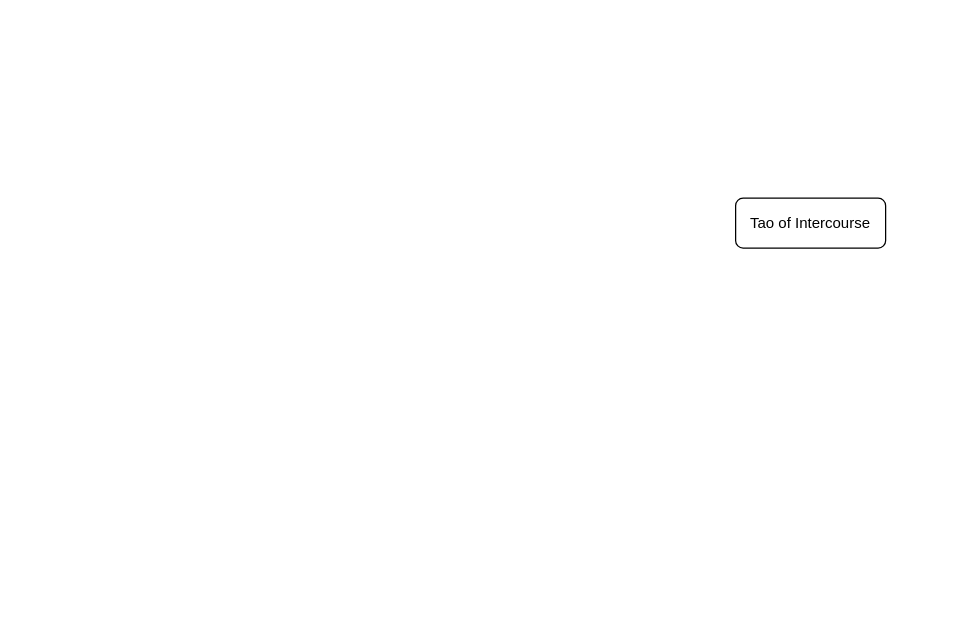
This is art_of_the_bedchamber-the_sui_tang_classics_reconstructed.drawio from msizi-mlaba/msizi-mlaba, a draw.io file, before an edit. Source tidied: cells renumbered, new cells numbered last; positions are measured from the earlier drawing's top-left corner, leaving out a move shared by most shapes. Both pictures are drawn from the tidied source at 125%, with x=0, y=0 at pixel (735, 198).
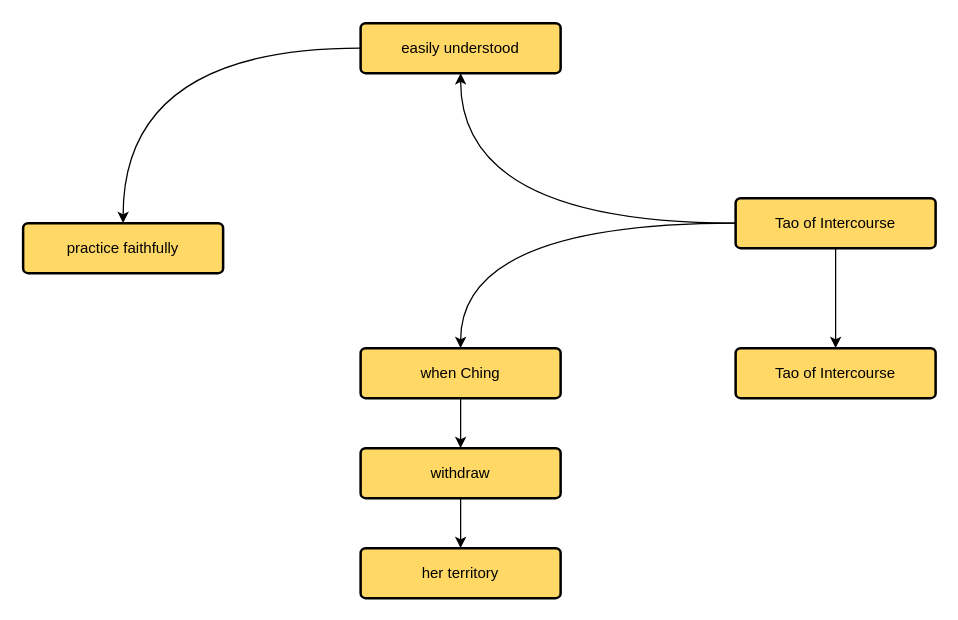
Above is the later version.

The edit, as a diff of the source:
```diff
@@
 <mxGraphModel>
   <root>
     <mxCell id="0" />
     <mxCell id="1" parent="0" />
+    <mxCell id="3" style="edgeStyle=orthogonalEdgeStyle;rounded=0;jettySize=auto;html=1;curved=1;" parent="1" edge="1" source="2" target="7">
+      <mxGeometry relative="1" as="geometry" />
+    </mxCell>
+    <mxCell id="4" style="edgeStyle=orthogonalEdgeStyle;rounded=0;jettySize=auto;html=1;curved=1;" parent="1" edge="1" source="2" target="10">
+      <mxGeometry relative="1" as="geometry" />
+    </mxCell>
+    <mxCell id="5" style="edgeStyle=orthogonalEdgeStyle;rounded=0;jettySize=auto;html=1;curved=1;" parent="1" edge="1" source="2" target="14">
+      <mxGeometry relative="1" as="geometry" />
+    </mxCell>
-    <mxCell id="2" value="Tao of Intercourse" style="rounded=1;whiteSpace=wrap;html=1;" parent="1" vertex="1">
-      <mxGeometry width="120" height="40" as="geometry" />
+    <mxCell id="2" value="Tao of Intercourse" style="rounded=1;whiteSpace=wrap;html=1;arcSize=10;fillColor=#FFD866;strokeColor=light-dark(#000000, #6d5100);strokeWidth=2;" parent="1" vertex="1">
+      <mxGeometry width="160" height="40" as="geometry" />
     </mxCell>
+    <mxCell id="6" style="edgeStyle=orthogonalEdgeStyle;rounded=0;jettySize=auto;html=1;curved=1;" parent="1" edge="1" source="7" target="8">
+      <mxGeometry relative="1" as="geometry" />
+    </mxCell>
+    <mxCell id="7" value="easily understood" style="rounded=1;whiteSpace=wrap;html=1;arcSize=10;fillColor=#FFD866;strokeColor=light-dark(#000000, #6d5100);strokeWidth=2;" parent="1" vertex="1">
+      <mxGeometry x="-300" y="-140" width="160" height="40" as="geometry" />
+    </mxCell>
+    <mxCell id="8" value="practice faithfully" style="rounded=1;whiteSpace=wrap;html=1;arcSize=10;fillColor=#FFD866;strokeColor=light-dark(#000000, #6d5100);strokeWidth=2;" parent="1" vertex="1">
+      <mxGeometry x="-570" y="20" width="160" height="40" as="geometry" />
+    </mxCell>
+    <mxCell id="9" style="edgeStyle=orthogonalEdgeStyle;rounded=0;jettySize=auto;html=1;curved=1;" parent="1" edge="1" source="10" target="12">
+      <mxGeometry relative="1" as="geometry" />
+    </mxCell>
+    <mxCell id="10" value="when Ching" style="rounded=1;whiteSpace=wrap;html=1;arcSize=10;fillColor=#FFD866;strokeColor=light-dark(#000000, #6d5100);strokeWidth=2;" parent="1" vertex="1">
+      <mxGeometry x="-300" y="120" width="160" height="40" as="geometry" />
+    </mxCell>
+    <mxCell id="11" style="edgeStyle=orthogonalEdgeStyle;rounded=0;jettySize=auto;html=1;curved=1;" parent="1" edge="1" source="12" target="13">
+      <mxGeometry relative="1" as="geometry" />
+    </mxCell>
+    <mxCell id="12" value="withdraw" style="rounded=1;whiteSpace=wrap;html=1;arcSize=10;fillColor=#FFD866;strokeColor=light-dark(#000000, #6d5100);strokeWidth=2;" parent="1" vertex="1">
+      <mxGeometry x="-300" y="200" width="160" height="40" as="geometry" />
+    </mxCell>
+    <mxCell id="13" value="her territory" style="rounded=1;whiteSpace=wrap;html=1;arcSize=10;fillColor=#FFD866;strokeColor=light-dark(#000000, #6d5100);strokeWidth=2;" parent="1" vertex="1">
+      <mxGeometry x="-300" y="280" width="160" height="40" as="geometry" />
+    </mxCell>
+    <mxCell id="14" value="Tao of Intercourse" style="rounded=1;whiteSpace=wrap;html=1;arcSize=10;fillColor=#FFD866;strokeColor=light-dark(#000000, #6d5100);strokeWidth=2;" parent="1" vertex="1">
+      <mxGeometry y="120" width="160" height="40" as="geometry" />
+    </mxCell>
   </root>
 </mxGraphModel>
```
